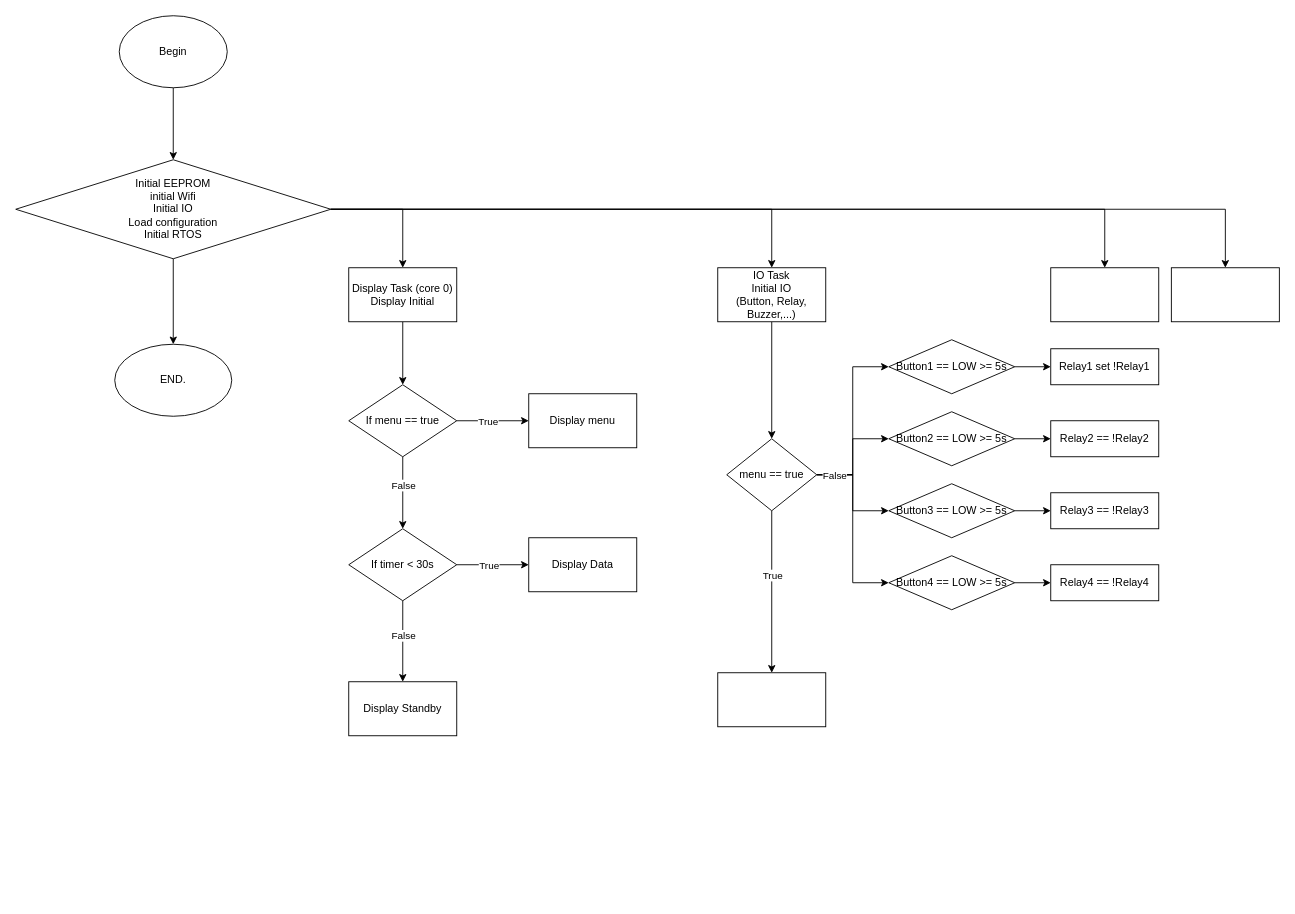
This is LoraGatewayFlowchart and mind map of menu.drawio from ChitoanRepo/MASTER_GATEWAY_ESPLORA, a draw.io file, before an edit. Source tidied: cells renumbered, new cells numbered last; positions are measured from the earlier drawing's top-left corner, leaving out a move shared by most shapes. Both pictures are drawn from the tidied source at 90%, with x=0, y=0 at pixel (15, 15).
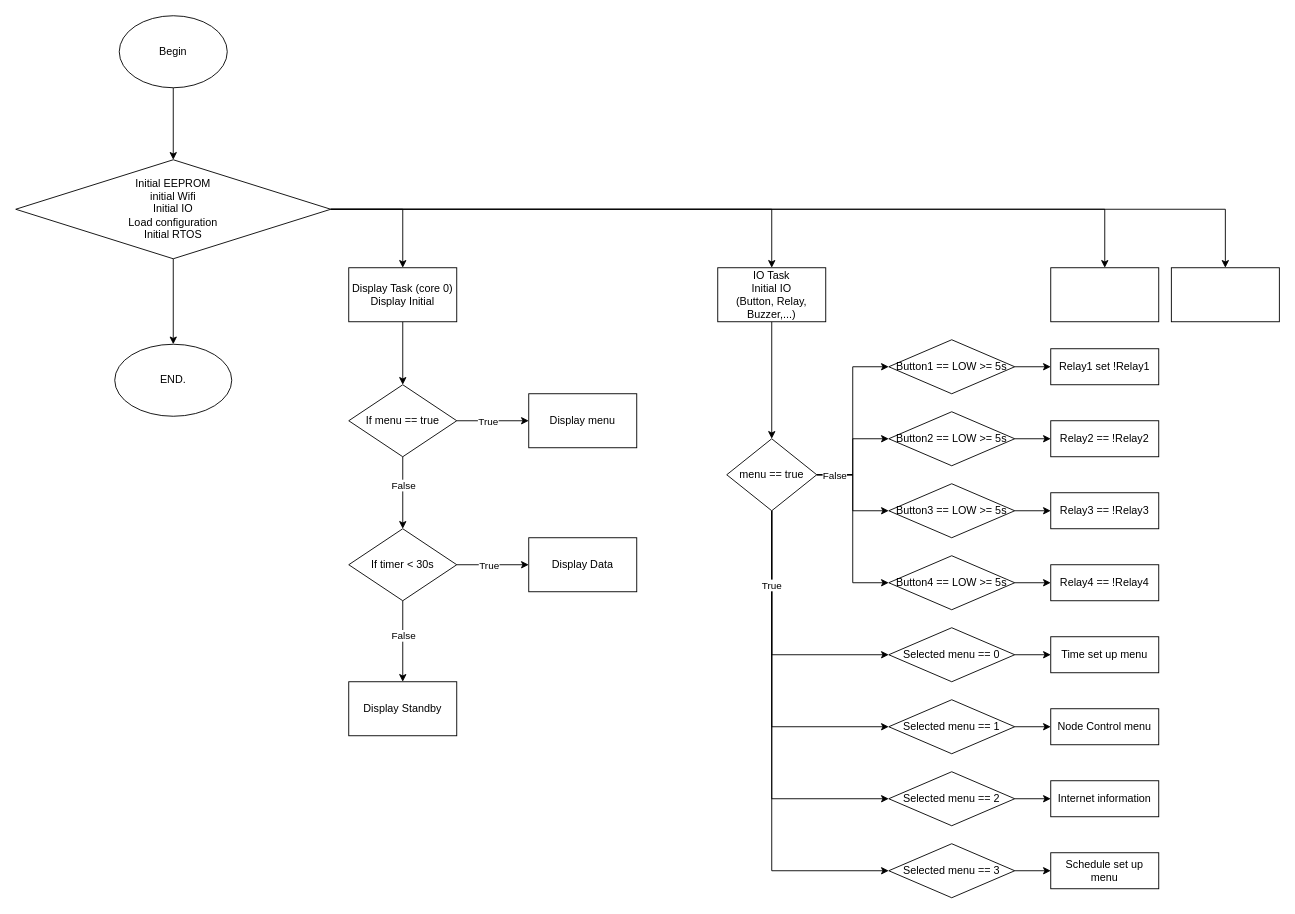
The same diagram, later.

Commit message (it also covers changes not shown here):
Cập nhật LoraGatewayFlowchart and mind map of menu.drawio

The change refers to these unchanged cells:
```xml
<mxCell id="37" value="menu == true" style="rhombus;whiteSpace=wrap;html=1;" parent="1" vertex="1">
  <mxGeometry x="790" y="470" width="100" height="80" as="geometry" />
</mxCell>
```

Diff of the diagram source:
```diff
@@
-    <mxCell id="30" style="edgeStyle=orthogonalEdgeStyle;rounded=0;jettySize=auto;html=1;" parent="1" edge="1" source="37" target="40">
-      <mxGeometry relative="1" as="geometry" />
-    </mxCell>
-    <mxCell id="31" value="True" style="edgeLabel;html=1;align=center;verticalAlign=middle;" parent="30" vertex="1">
-      <mxGeometry x="-0.21" relative="1" as="geometry" />
-    </mxCell>
@@
+    <mxCell id="51" style="edgeStyle=orthogonalEdgeStyle;rounded=0;jettySize=auto;html=1;" parent="1" edge="1" source="37" target="56">
+      <mxGeometry relative="1" as="geometry">
+        <Array as="points">
+          <mxPoint x="840" y="710" />
+        </Array>
+      </mxGeometry>
+    </mxCell>
+    <mxCell id="52" style="edgeStyle=orthogonalEdgeStyle;rounded=0;jettySize=auto;html=1;exitX=0.5;exitY=1;exitDx=0;exitDy=0;entryX=0;entryY=0.5;entryDx=0;entryDy=0;" parent="1" edge="1" source="37" target="59">
+      <mxGeometry relative="1" as="geometry" />
+    </mxCell>
+    <mxCell id="53" style="edgeStyle=orthogonalEdgeStyle;rounded=0;jettySize=auto;html=1;exitX=0.5;exitY=1;exitDx=0;exitDy=0;entryX=0;entryY=0.5;entryDx=0;entryDy=0;" parent="1" edge="1" source="37" target="65">
+      <mxGeometry relative="1" as="geometry" />
+    </mxCell>
+    <mxCell id="54" style="edgeStyle=orthogonalEdgeStyle;rounded=0;jettySize=auto;html=1;exitX=0.5;exitY=1;exitDx=0;exitDy=0;entryX=0;entryY=0.5;entryDx=0;entryDy=0;" parent="1" edge="1" source="37" target="62">
+      <mxGeometry relative="1" as="geometry" />
+    </mxCell>
+    <mxCell id="31" value="True" style="edgeLabel;html=1;align=center;verticalAlign=middle;" parent="54" vertex="1">
+      <mxGeometry x="-0.69" y="-1" relative="1" as="geometry" />
+    </mxCell>
@@
-    <mxCell id="40" style="whiteSpace=wrap;html=1;" parent="1" vertex="1">
-      <mxGeometry x="780" y="730" width="120" height="60" as="geometry" />
-    </mxCell>
@@
+    <mxCell id="55" style="edgeStyle=orthogonalEdgeStyle;rounded=0;jettySize=auto;html=1;" parent="1" edge="1" source="56" target="57">
+      <mxGeometry relative="1" as="geometry" />
+    </mxCell>
+    <mxCell id="56" value="Selected menu == 0" style="rhombus;whiteSpace=wrap;html=1;" parent="1" vertex="1">
+      <mxGeometry x="970" y="680" width="140" height="60" as="geometry" />
+    </mxCell>
+    <mxCell id="57" value="Time set up menu" style="whiteSpace=wrap;html=1;" parent="1" vertex="1">
+      <mxGeometry x="1150" y="690" width="120" height="40" as="geometry" />
+    </mxCell>
+    <mxCell id="58" style="edgeStyle=orthogonalEdgeStyle;rounded=0;jettySize=auto;html=1;" parent="1" edge="1" source="59" target="60">
+      <mxGeometry relative="1" as="geometry" />
+    </mxCell>
+    <mxCell id="59" value="Selected menu == 1" style="rhombus;whiteSpace=wrap;html=1;" parent="1" vertex="1">
+      <mxGeometry x="970" y="760" width="140" height="60" as="geometry" />
+    </mxCell>
+    <mxCell id="60" value="Node Control&amp;nbsp;menu" style="whiteSpace=wrap;html=1;" parent="1" vertex="1">
+      <mxGeometry x="1150" y="770" width="120" height="40" as="geometry" />
+    </mxCell>
+    <mxCell id="61" style="edgeStyle=orthogonalEdgeStyle;rounded=0;jettySize=auto;html=1;" parent="1" edge="1" source="62" target="63">
+      <mxGeometry relative="1" as="geometry" />
+    </mxCell>
+    <mxCell id="62" value="Selected menu == 3" style="rhombus;whiteSpace=wrap;html=1;" parent="1" vertex="1">
+      <mxGeometry x="970" y="920" width="140" height="60" as="geometry" />
+    </mxCell>
+    <mxCell id="63" value="Schedule set up menu" style="whiteSpace=wrap;html=1;" parent="1" vertex="1">
+      <mxGeometry x="1150" y="930" width="120" height="40" as="geometry" />
+    </mxCell>
+    <mxCell id="64" style="edgeStyle=orthogonalEdgeStyle;rounded=0;jettySize=auto;html=1;" parent="1" edge="1" source="65" target="66">
+      <mxGeometry relative="1" as="geometry" />
+    </mxCell>
+    <mxCell id="65" value="Selected menu == 2" style="rhombus;whiteSpace=wrap;html=1;" parent="1" vertex="1">
+      <mxGeometry x="970" y="840" width="140" height="60" as="geometry" />
+    </mxCell>
+    <mxCell id="66" value="Internet information" style="whiteSpace=wrap;html=1;" parent="1" vertex="1">
+      <mxGeometry x="1150" y="850" width="120" height="40" as="geometry" />
+    </mxCell>
```
